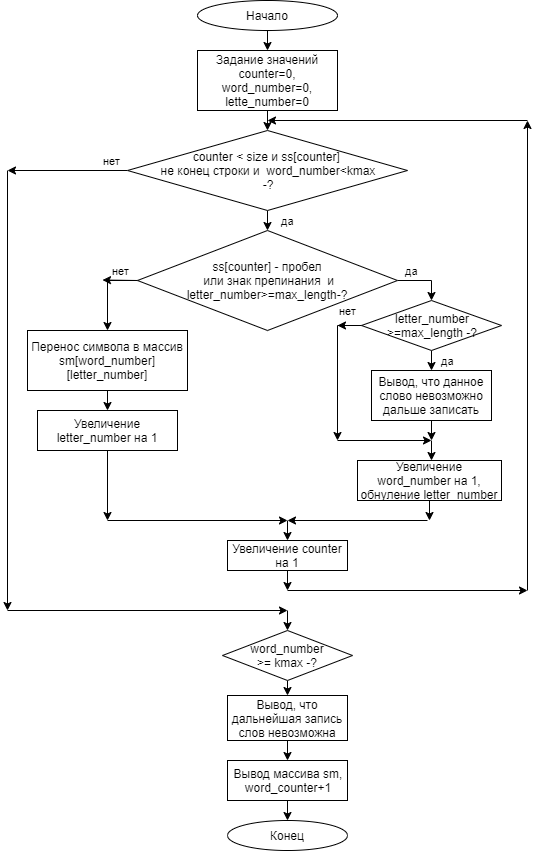
ielana/123 keeps this draw.io diagram as курсач.png. Above is the earlier version. Source tidied: cells renumbered, new cells last; positions are measured from the earlier drawing's top-left corner, leaving out a move shared by most shapes. Source of this version:
```xml
<mxGraphModel>
  <root>
    <mxCell id="0" />
    <mxCell id="1" parent="0" />
    <mxCell id="2" style="edgeStyle=orthogonalEdgeStyle;rounded=0;jettySize=auto;html=1;exitX=0.5;exitY=1;exitDx=0;exitDy=0;entryX=0.5;entryY=0;entryDx=0;entryDy=0;" parent="1" edge="1" source="3" target="5">
      <mxGeometry relative="1" as="geometry" />
    </mxCell>
    <mxCell id="3" value="Начало" style="ellipse;whiteSpace=wrap;html=1;" parent="1" vertex="1">
      <mxGeometry x="190" width="140" height="30" as="geometry" />
    </mxCell>
    <mxCell id="4" style="edgeStyle=orthogonalEdgeStyle;rounded=0;jettySize=auto;html=1;exitX=0.5;exitY=1;exitDx=0;exitDy=0;entryX=0.5;entryY=0;entryDx=0;entryDy=0;" parent="1" edge="1" source="5" target="8">
      <mxGeometry relative="1" as="geometry" />
    </mxCell>
    <mxCell id="5" value="Задание значений counter=0, word_number=0, lette_number=0" style="rounded=0;whiteSpace=wrap;html=1;" parent="1" vertex="1">
      <mxGeometry x="190" y="50" width="140" height="60" as="geometry" />
    </mxCell>
    <mxCell id="6" value="да" style="edgeStyle=orthogonalEdgeStyle;rounded=0;jettySize=auto;html=1;exitX=0.5;exitY=1;exitDx=0;exitDy=0;entryX=0.5;entryY=0;entryDx=0;entryDy=0;" parent="1" edge="1" source="8" target="11">
      <mxGeometry y="20" relative="1" as="geometry" />
    </mxCell>
    <mxCell id="7" value="нет" style="edgeStyle=orthogonalEdgeStyle;rounded=0;jettySize=auto;html=1;exitX=0;exitY=0.5;exitDx=0;exitDy=0;" parent="1" edge="1" source="8">
      <mxGeometry x="-0.74" y="-10" relative="1" as="geometry">
        <mxPoint y="170" as="targetPoint" />
      </mxGeometry>
    </mxCell>
    <mxCell id="8" value="counter &amp;lt; size и ss[counter] &lt;br&gt;не конец строки и&amp;nbsp; word_number&amp;lt;kmax&lt;br&gt;-?" style="rhombus;whiteSpace=wrap;html=1;" parent="1" vertex="1">
      <mxGeometry x="120" y="130" width="280" height="80" as="geometry" />
    </mxCell>
    <mxCell id="9" value="нет" style="edgeStyle=orthogonalEdgeStyle;rounded=0;jettySize=auto;html=1;exitX=0;exitY=0.5;exitDx=0;exitDy=0;" parent="1" edge="1" source="11" target="13">
      <mxGeometry x="-0.57" y="-10" relative="1" as="geometry" />
    </mxCell>
    <mxCell id="10" value="да" style="edgeStyle=orthogonalEdgeStyle;rounded=0;jettySize=auto;html=1;exitX=1;exitY=0.5;exitDx=0;exitDy=0;entryX=0.5;entryY=0;entryDx=0;entryDy=0;" parent="1" edge="1" source="11">
      <mxGeometry x="-0.49" y="10" relative="1" as="geometry">
        <mxPoint x="424" y="300" as="targetPoint" />
      </mxGeometry>
    </mxCell>
    <mxCell id="11" value="ss[counter] - пробел&lt;br&gt;&amp;nbsp;или знак препинания&amp;nbsp; и letter_number&amp;gt;=max_length-?" style="rhombus;whiteSpace=wrap;html=1;" parent="1" vertex="1">
      <mxGeometry x="130" y="230" width="260" height="100" as="geometry" />
    </mxCell>
    <mxCell id="12" style="edgeStyle=orthogonalEdgeStyle;rounded=0;jettySize=auto;html=1;exitX=0.5;exitY=1;exitDx=0;exitDy=0;entryX=0.5;entryY=0;entryDx=0;entryDy=0;" parent="1" edge="1" source="13" target="14">
      <mxGeometry relative="1" as="geometry" />
    </mxCell>
    <mxCell id="13" value="Перенос символа в массив sm[word_number][letter_number]" style="rounded=0;whiteSpace=wrap;html=1;" parent="1" vertex="1">
      <mxGeometry x="20" y="330" width="160" height="60" as="geometry" />
    </mxCell>
    <mxCell id="14" value="Увеличение letter_number на 1" style="rounded=0;whiteSpace=wrap;html=1;" parent="1" vertex="1">
      <mxGeometry x="30" y="410" width="140" height="40" as="geometry" />
    </mxCell>
    <mxCell id="15" style="endArrow=classic;html=1;" parent="1" edge="1">
      <mxGeometry relative="1" as="geometry">
        <mxPoint x="130" y="280" as="sourcePoint" />
        <mxPoint x="95" y="279.5" as="targetPoint" />
      </mxGeometry>
    </mxCell>
    <mxCell id="16" style="edgeStyle=orthogonalEdgeStyle;rounded=0;jettySize=auto;html=1;exitX=0.5;exitY=1;exitDx=0;exitDy=0;" parent="1" edge="1" source="17">
      <mxGeometry relative="1" as="geometry">
        <mxPoint x="280" y="590" as="targetPoint" />
      </mxGeometry>
    </mxCell>
    <mxCell id="17" value="Увеличение counter на 1" style="rounded=0;whiteSpace=wrap;html=1;" parent="1" vertex="1">
      <mxGeometry x="220" y="540" width="120" height="30" as="geometry" />
    </mxCell>
    <mxCell id="18" style="endArrow=classic;html=1;" parent="1" edge="1">
      <mxGeometry relative="1" as="geometry">
        <mxPoint x="520" y="590" as="sourcePoint" />
        <mxPoint x="520" y="120" as="targetPoint" />
      </mxGeometry>
    </mxCell>
    <mxCell id="19" style="endArrow=classic;html=1;" parent="1" edge="1">
      <mxGeometry relative="1" as="geometry">
        <mxPoint x="520" y="120" as="sourcePoint" />
        <mxPoint x="260" y="120" as="targetPoint" />
      </mxGeometry>
    </mxCell>
    <mxCell id="20" style="endArrow=classic;html=1;" parent="1" edge="1">
      <mxGeometry relative="1" as="geometry">
        <mxPoint y="170" as="sourcePoint" />
        <mxPoint y="610" as="targetPoint" />
      </mxGeometry>
    </mxCell>
    <mxCell id="21" style="endArrow=classic;html=1;" parent="1" edge="1">
      <mxGeometry relative="1" as="geometry">
        <mxPoint x="280" y="740" as="sourcePoint" />
        <mxPoint x="280" y="760" as="targetPoint" />
      </mxGeometry>
    </mxCell>
    <mxCell id="22" style="edgeStyle=orthogonalEdgeStyle;rounded=0;jettySize=auto;html=1;exitX=0.5;exitY=1;exitDx=0;exitDy=0;entryX=0.5;entryY=0;entryDx=0;entryDy=0;" parent="1" edge="1" source="23" target="24">
      <mxGeometry relative="1" as="geometry" />
    </mxCell>
    <mxCell id="23" value="Вывод массива sm,&lt;br&gt;word_counter+1" style="rounded=0;whiteSpace=wrap;html=1;" parent="1" vertex="1">
      <mxGeometry x="220" y="760" width="120" height="40" as="geometry" />
    </mxCell>
    <mxCell id="24" value="Конец" style="ellipse;whiteSpace=wrap;html=1;" parent="1" vertex="1">
      <mxGeometry x="220" y="820" width="120" height="30" as="geometry" />
    </mxCell>
    <mxCell id="25" value="Увеличение word_number на 1, обнуление letter_number" style="rounded=0;whiteSpace=wrap;html=1;" parent="1" vertex="1">
      <mxGeometry x="350" y="460" width="144" height="40" as="geometry" />
    </mxCell>
    <mxCell id="26" value="да" style="edgeStyle=orthogonalEdgeStyle;rounded=0;jettySize=auto;html=1;exitX=0.5;exitY=1;exitDx=0;exitDy=0;entryX=0.5;entryY=0;entryDx=0;entryDy=0;" parent="1" edge="1" source="28" target="30">
      <mxGeometry y="16" relative="1" as="geometry" />
    </mxCell>
    <mxCell id="27" value="нет" style="edgeStyle=orthogonalEdgeStyle;rounded=0;jettySize=auto;html=1;exitX=0;exitY=0.5;exitDx=0;exitDy=0;" parent="1" edge="1" source="28">
      <mxGeometry x="-0.8" y="-15" relative="1" as="geometry">
        <mxPoint x="330" y="440" as="targetPoint" />
      </mxGeometry>
    </mxCell>
    <mxCell id="28" value="letter_number&lt;br&gt;&amp;gt;=max_length -?" style="rhombus;whiteSpace=wrap;html=1;" parent="1" vertex="1">
      <mxGeometry x="354" y="300" width="140" height="50" as="geometry" />
    </mxCell>
    <mxCell id="29" style="edgeStyle=orthogonalEdgeStyle;rounded=0;jettySize=auto;html=1;exitX=0.5;exitY=1;exitDx=0;exitDy=0;" parent="1" edge="1" source="30">
      <mxGeometry relative="1" as="geometry">
        <mxPoint x="424" y="440" as="targetPoint" />
      </mxGeometry>
    </mxCell>
    <mxCell id="30" value="Вывод, что данное слово невозможно дальше записать" style="rounded=0;whiteSpace=wrap;html=1;" parent="1" vertex="1">
      <mxGeometry x="364" y="370" width="120" height="50" as="geometry" />
    </mxCell>
    <mxCell id="31" style="endArrow=classic;html=1;exitX=0;exitY=0.5;exitDx=0;exitDy=0;" parent="1" edge="1" source="28">
      <mxGeometry relative="1" as="geometry">
        <mxPoint x="330" y="325" as="targetPoint" />
      </mxGeometry>
    </mxCell>
    <mxCell id="32" style="endArrow=classic;html=1;" parent="1" edge="1">
      <mxGeometry relative="1" as="geometry">
        <mxPoint x="330" y="440" as="sourcePoint" />
        <mxPoint x="424" y="440" as="targetPoint" />
      </mxGeometry>
    </mxCell>
    <mxCell id="33" style="endArrow=classic;html=1;" parent="1" edge="1">
      <mxGeometry relative="1" as="geometry">
        <mxPoint x="424" y="440" as="sourcePoint" />
        <mxPoint x="424" y="460" as="targetPoint" />
      </mxGeometry>
    </mxCell>
    <mxCell id="34" style="endArrow=classic;html=1;exitX=0.5;exitY=1;exitDx=0;exitDy=0;" parent="1" edge="1" source="14">
      <mxGeometry relative="1" as="geometry">
        <mxPoint x="100" y="520" as="targetPoint" />
      </mxGeometry>
    </mxCell>
    <mxCell id="35" style="endArrow=classic;html=1;" parent="1" edge="1">
      <mxGeometry relative="1" as="geometry">
        <mxPoint x="100" y="520" as="sourcePoint" />
        <mxPoint x="280" y="520" as="targetPoint" />
      </mxGeometry>
    </mxCell>
    <mxCell id="36" style="endArrow=classic;html=1;exitX=0.5;exitY=1;exitDx=0;exitDy=0;" parent="1" edge="1" source="25">
      <mxGeometry relative="1" as="geometry">
        <mxPoint x="422" y="520" as="targetPoint" />
      </mxGeometry>
    </mxCell>
    <mxCell id="37" style="endArrow=classic;html=1;" parent="1" edge="1">
      <mxGeometry relative="1" as="geometry">
        <mxPoint x="420" y="520" as="sourcePoint" />
        <mxPoint x="280" y="520" as="targetPoint" />
      </mxGeometry>
    </mxCell>
    <mxCell id="38" style="endArrow=classic;html=1;" parent="1" edge="1">
      <mxGeometry relative="1" as="geometry">
        <mxPoint x="280" y="520" as="sourcePoint" />
        <mxPoint x="280" y="540" as="targetPoint" />
      </mxGeometry>
    </mxCell>
    <mxCell id="39" style="endArrow=classic;html=1;" parent="1" edge="1">
      <mxGeometry relative="1" as="geometry">
        <mxPoint x="280" y="590" as="sourcePoint" />
        <mxPoint x="520" y="590" as="targetPoint" />
      </mxGeometry>
    </mxCell>
    <mxCell id="40" style="endArrow=classic;html=1;" parent="1" edge="1">
      <mxGeometry relative="1" as="geometry">
        <mxPoint y="610" as="sourcePoint" />
        <mxPoint x="280" y="610" as="targetPoint" />
      </mxGeometry>
    </mxCell>
    <mxCell id="41" style="endArrow=classic;html=1;" parent="1" edge="1">
      <mxGeometry relative="1" as="geometry">
        <mxPoint x="280" y="610" as="sourcePoint" />
        <mxPoint x="280" y="630" as="targetPoint" />
      </mxGeometry>
    </mxCell>
    <mxCell id="42" style="edgeStyle=orthogonalEdgeStyle;rounded=0;jettySize=auto;html=1;exitX=0.5;exitY=1;exitDx=0;exitDy=0;entryX=0.5;entryY=0;entryDx=0;entryDy=0;" parent="1" edge="1" source="43" target="44">
      <mxGeometry relative="1" as="geometry" />
    </mxCell>
    <mxCell id="43" value="word_number&lt;br&gt;&amp;gt;= kmax -?" style="rhombus;whiteSpace=wrap;html=1;" parent="1" vertex="1">
      <mxGeometry x="215" y="630" width="130" height="50" as="geometry" />
    </mxCell>
    <mxCell id="44" value="Вывод, что дальнейшая запись слов невозможна" style="rounded=0;whiteSpace=wrap;html=1;" parent="1" vertex="1">
      <mxGeometry x="220" y="695" width="120" height="45" as="geometry" />
    </mxCell>
  </root>
</mxGraphModel>
```
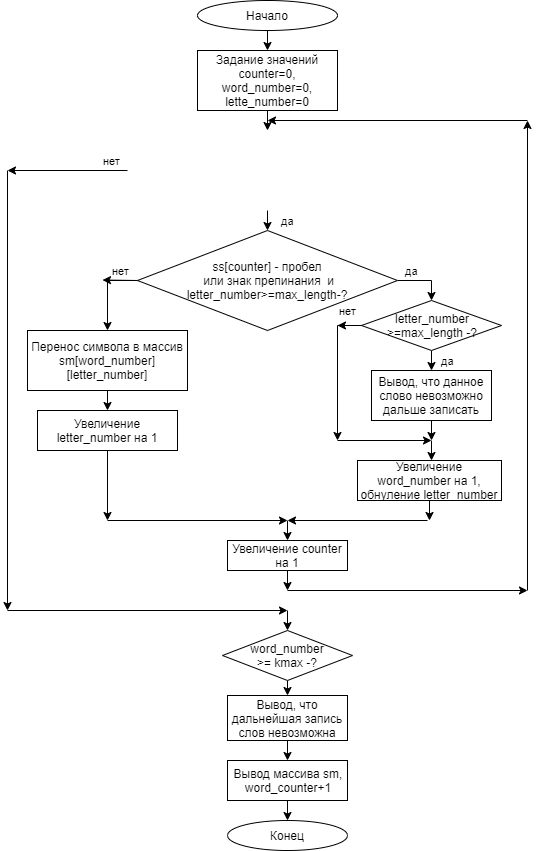
Above is the later version.

The edit, as a diff of the source:
```diff
@@ -8,23 +8,25 @@
     <mxCell id="3" value="Начало" style="ellipse;whiteSpace=wrap;html=1;" parent="1" vertex="1">
       <mxGeometry x="190" width="140" height="30" as="geometry" />
     </mxCell>
-    <mxCell id="4" style="edgeStyle=orthogonalEdgeStyle;rounded=0;jettySize=auto;html=1;exitX=0.5;exitY=1;exitDx=0;exitDy=0;entryX=0.5;entryY=0;entryDx=0;entryDy=0;" parent="1" edge="1" source="5" target="8">
-      <mxGeometry relative="1" as="geometry" />
+    <mxCell id="4" style="edgeStyle=orthogonalEdgeStyle;rounded=0;jettySize=auto;html=1;exitX=0.5;exitY=1;exitDx=0;exitDy=0;entryX=0.5;entryY=0;entryDx=0;entryDy=0;" parent="1" edge="1" source="5">
+      <mxGeometry relative="1" as="geometry">
+        <mxPoint x="260" y="130" as="targetPoint" />
+      </mxGeometry>
     </mxCell>
     <mxCell id="5" value="Задание значений counter=0, word_number=0, lette_number=0" style="rounded=0;whiteSpace=wrap;html=1;" parent="1" vertex="1">
       <mxGeometry x="190" y="50" width="140" height="60" as="geometry" />
     </mxCell>
-    <mxCell id="6" value="да" style="edgeStyle=orthogonalEdgeStyle;rounded=0;jettySize=auto;html=1;exitX=0.5;exitY=1;exitDx=0;exitDy=0;entryX=0.5;entryY=0;entryDx=0;entryDy=0;" parent="1" edge="1" source="8" target="11">
-      <mxGeometry y="20" relative="1" as="geometry" />
+    <mxCell id="6" value="да" style="edgeStyle=orthogonalEdgeStyle;rounded=0;jettySize=auto;html=1;exitX=0.5;exitY=1;exitDx=0;exitDy=0;entryX=0.5;entryY=0;entryDx=0;entryDy=0;" parent="1" edge="1" target="11">
+      <mxGeometry y="20" relative="1" as="geometry">
+        <mxPoint x="260" y="210" as="sourcePoint" />
+      </mxGeometry>
     </mxCell>
-    <mxCell id="7" value="нет" style="edgeStyle=orthogonalEdgeStyle;rounded=0;jettySize=auto;html=1;exitX=0;exitY=0.5;exitDx=0;exitDy=0;" parent="1" edge="1" source="8">
+    <mxCell id="7" value="нет" style="edgeStyle=orthogonalEdgeStyle;rounded=0;orthogonalLoop=1;jettySize=auto;html=1;exitX=0;exitY=0.5;exitDx=0;exitDy=0;" parent="1" edge="1">
       <mxGeometry x="-0.74" y="-10" relative="1" as="geometry">
+        <mxPoint x="120" y="170" as="sourcePoint" />
         <mxPoint y="170" as="targetPoint" />
       </mxGeometry>
     </mxCell>
-    <mxCell id="8" value="counter &amp;lt; size и ss[counter] &lt;br&gt;не конец строки и&amp;nbsp; word_number&amp;lt;kmax&lt;br&gt;-?" style="rhombus;whiteSpace=wrap;html=1;" parent="1" vertex="1">
-      <mxGeometry x="120" y="130" width="280" height="80" as="geometry" />
-    </mxCell>
     <mxCell id="9" value="нет" style="edgeStyle=orthogonalEdgeStyle;rounded=0;jettySize=auto;html=1;exitX=0;exitY=0.5;exitDx=0;exitDy=0;" parent="1" edge="1" source="11" target="13">
       <mxGeometry x="-0.57" y="-10" relative="1" as="geometry" />
     </mxCell>
```
